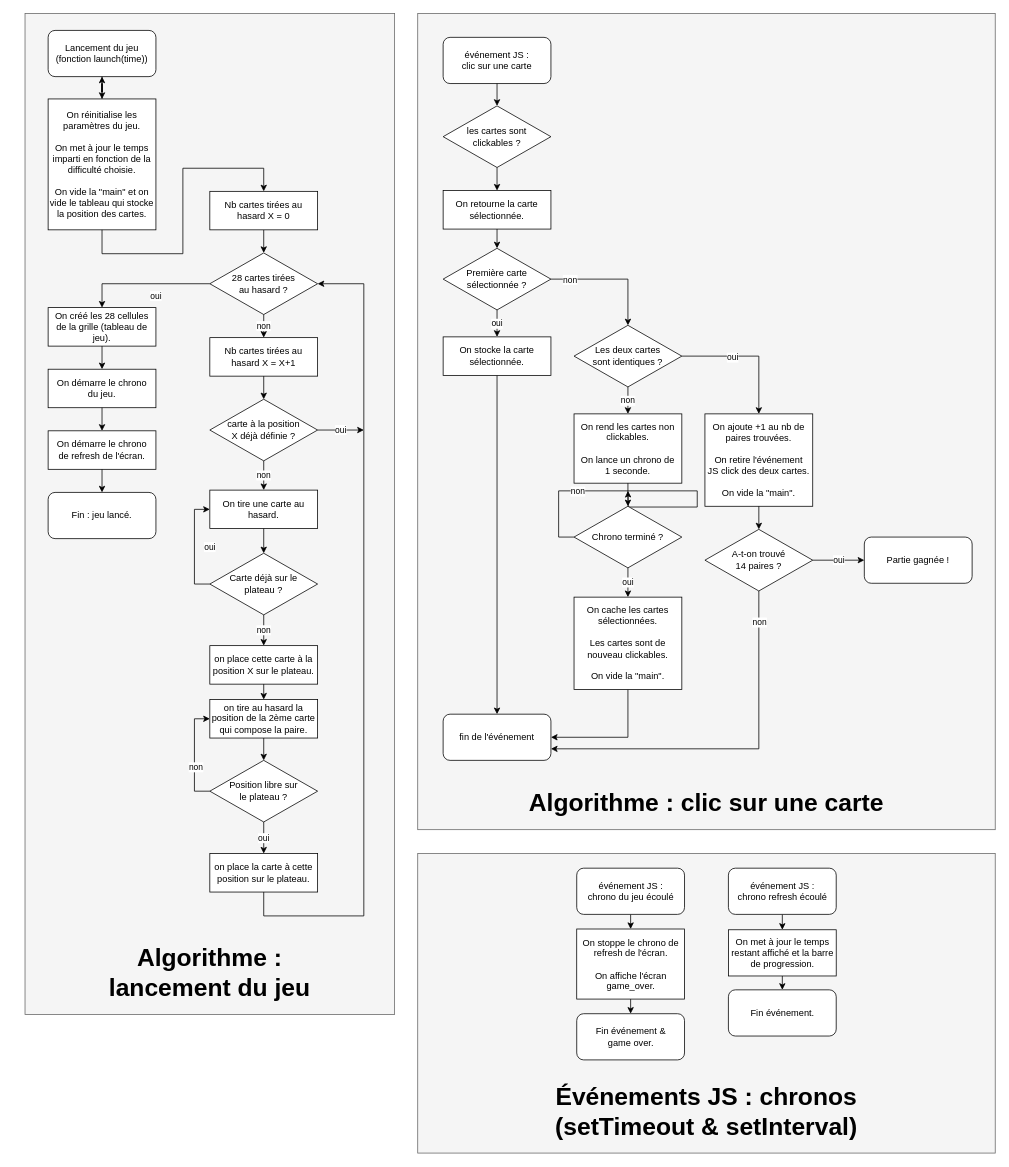
This is algorithm.drawio from bdelphin/memory, a draw.io file, before an edit. Source tidied: cells renumbered, new cells numbered last; positions are measured from the earlier drawing's top-left corner, leaving out a move shared by most shapes. Both pictures are drawn from the tidied source at 77%, with x=0, y=0 at pixel (13, 13).
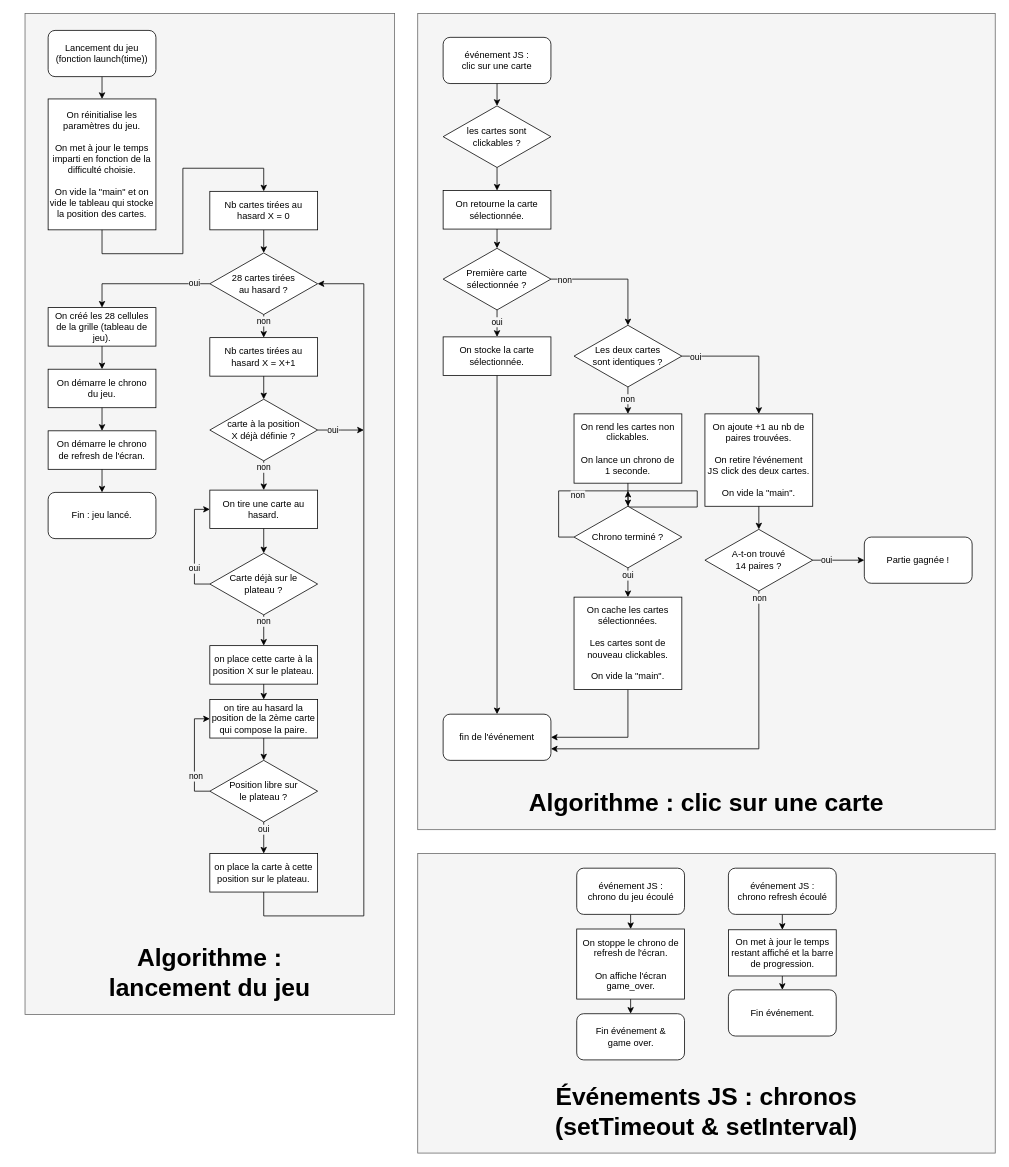
Above is the later version.

Unchanged cells that the change refers to:
```xml
<mxCell id="20" value="&lt;div&gt;Première carte &lt;br&gt;&lt;/div&gt;&lt;div&gt;sélectionnée ?&lt;br&gt;&lt;/div&gt;" style="rhombus;whiteSpace=wrap;html=1;" parent="1" vertex="1">
  <mxGeometry x="558" y="305" width="140" height="80" as="geometry" />
</mxCell>
<mxCell id="23" value="On stocke la carte&lt;br&gt;sélectionnée." style="rounded=0;whiteSpace=wrap;html=1;" parent="1" vertex="1">
  <mxGeometry x="558" y="420" width="140" height="50" as="geometry" />
</mxCell>
<mxCell id="25" value="&lt;div&gt;Les deux cartes&lt;br&gt;&lt;/div&gt;&lt;div&gt;sont identiques ?&lt;br&gt;&lt;/div&gt;" style="rhombus;whiteSpace=wrap;html=1;" parent="1" vertex="1">
  <mxGeometry x="728" y="405" width="140" height="80" as="geometry" />
</mxCell>
<mxCell id="26" style="edgeStyle=orthogonalEdgeStyle;rounded=0;jettySize=auto;html=1;exitX=1;exitY=0.5;exitDx=0;exitDy=0;entryX=0.5;entryY=0;entryDx=0;entryDy=0;" parent="1" edge="1" source="20" target="25">
  <mxGeometry x="180" y="20" as="geometry" />
</mxCell>
<mxCell id="29" style="edgeStyle=orthogonalEdgeStyle;rounded=0;jettySize=auto;html=1;exitX=1;exitY=0.5;exitDx=0;exitDy=0;entryX=0.5;entryY=0;entryDx=0;entryDy=0;" parent="1" edge="1" source="25" target="28">
  <mxGeometry x="180" y="20" as="geometry" />
</mxCell>
<mxCell id="31" style="edgeStyle=orthogonalEdgeStyle;rounded=0;jettySize=auto;html=1;exitX=0.5;exitY=1;exitDx=0;exitDy=0;entryX=1;entryY=0.75;entryDx=0;entryDy=0;" parent="1" edge="1" source="33" target="17">
  <mxGeometry x="180" y="20" as="geometry" />
</mxCell>
<mxCell id="33" value="&lt;div&gt;A-t-on trouvé&lt;/div&gt;&lt;div&gt;14 paires ?&lt;br&gt;&lt;/div&gt;" style="rhombus;whiteSpace=wrap;html=1;" parent="1" vertex="1">
  <mxGeometry x="898" y="670" width="140" height="80" as="geometry" />
</mxCell>
<mxCell id="35" value="Partie gagnée !" style="rounded=1;whiteSpace=wrap;html=1;" parent="1" vertex="1">
  <mxGeometry x="1105" y="680" width="140" height="60" as="geometry" />
</mxCell>
<mxCell id="37" value="&lt;div&gt;On rend les cartes non&lt;/div&gt;&lt;div&gt;clickables.&lt;/div&gt;&lt;div&gt;&lt;br&gt;&lt;/div&gt;&lt;div&gt;On lance un chrono de&lt;/div&gt;&lt;div&gt;1 seconde.&lt;br&gt;&lt;/div&gt;" style="rounded=0;whiteSpace=wrap;html=1;" parent="1" vertex="1">
  <mxGeometry x="728" y="520" width="140" height="90" as="geometry" />
</mxCell>
<mxCell id="39" style="edgeStyle=orthogonalEdgeStyle;rounded=0;jettySize=auto;html=1;exitX=0;exitY=0.5;exitDx=0;exitDy=0;" parent="1" edge="1" source="41">
  <mxGeometry x="180" y="20" as="geometry">
    <mxPoint x="798" y="620" as="targetPoint" />
  </mxGeometry>
</mxCell>
<mxCell id="41" value="Chrono terminé ?" style="rhombus;whiteSpace=wrap;html=1;" parent="1" vertex="1">
  <mxGeometry x="728" y="640" width="140" height="80" as="geometry" />
</mxCell>
<mxCell id="44" value="&lt;div&gt;On cache les cartes sélectionnées.&lt;/div&gt;&lt;div&gt;&lt;br&gt;&lt;/div&gt;&lt;div&gt;Les cartes sont de nouveau clickables.&lt;/div&gt;&lt;div&gt;&lt;br&gt;&lt;/div&gt;&lt;div&gt;On vide la &quot;main&quot;.&lt;br&gt;&lt;/div&gt;" style="rounded=0;whiteSpace=wrap;html=1;" parent="1" vertex="1">
  <mxGeometry x="728" y="758" width="140" height="120" as="geometry" />
</mxCell>
<mxCell id="48" value="Lancement du jeu&lt;br&gt;(fonction launch(time))" style="rounded=1;whiteSpace=wrap;html=1;" parent="1" vertex="1">
  <mxGeometry x="45" y="22" width="140" height="60" as="geometry" />
</mxCell>
<mxCell id="50" value="&lt;div&gt;On réinitialise les paramètres du jeu.&lt;/div&gt;&lt;div&gt;&lt;br&gt;&lt;/div&gt;&lt;div&gt;On met à jour le temps imparti en fonction de la difficulté choisie.&lt;/div&gt;&lt;div&gt;&lt;br&gt;&lt;/div&gt;&lt;div&gt;On vide la &quot;main&quot; et on vide le tableau qui stocke la position des cartes.&lt;br&gt;&lt;/div&gt;" style="rounded=0;whiteSpace=wrap;html=1;" parent="1" vertex="1">
  <mxGeometry x="45" y="111" width="140" height="170" as="geometry" />
</mxCell>
<mxCell id="52" value="28 cartes tirées&lt;br&gt;au hasard ?" style="rhombus;whiteSpace=wrap;html=1;" parent="1" vertex="1">
  <mxGeometry x="255" y="311" width="140" height="80" as="geometry" />
</mxCell>
<mxCell id="56" value="&lt;div&gt;Nb cartes tirées au &lt;br&gt;&lt;/div&gt;&lt;div&gt;hasard X = X+1&lt;br&gt;&lt;/div&gt;" style="rounded=0;whiteSpace=wrap;html=1;" parent="1" vertex="1">
  <mxGeometry x="255" y="421" width="140" height="50" as="geometry" />
</mxCell>
<mxCell id="59" value="&lt;div&gt;carte à la position&lt;/div&gt;&lt;div&gt;X déjà définie ?&lt;br&gt;&lt;/div&gt;" style="rhombus;whiteSpace=wrap;html=1;" parent="1" vertex="1">
  <mxGeometry x="255" y="501" width="140" height="80" as="geometry" />
</mxCell>
<mxCell id="61" value="On tire une carte au hasard." style="rounded=0;whiteSpace=wrap;html=1;" parent="1" vertex="1">
  <mxGeometry x="255" y="619" width="140" height="50" as="geometry" />
</mxCell>
<mxCell id="64" value="&lt;div&gt;Carte déjà sur le &lt;br&gt;&lt;/div&gt;&lt;div&gt;plateau ?&lt;br&gt;&lt;/div&gt;" style="rhombus;whiteSpace=wrap;html=1;" parent="1" vertex="1">
  <mxGeometry x="255" y="701" width="140" height="80" as="geometry" />
</mxCell>
<mxCell id="66" value="on place cette carte à la position X sur le plateau." style="rounded=0;whiteSpace=wrap;html=1;" parent="1" vertex="1">
  <mxGeometry x="255" y="821" width="140" height="50" as="geometry" />
</mxCell>
<mxCell id="70" style="edgeStyle=orthogonalEdgeStyle;rounded=0;jettySize=auto;html=1;exitX=0;exitY=0.5;exitDx=0;exitDy=0;entryX=0;entryY=0.5;entryDx=0;entryDy=0;" parent="1" edge="1" source="72" target="68">
  <mxGeometry x="-330" y="20" as="geometry" />
</mxCell>
<mxCell id="72" value="&lt;div&gt;Position libre sur &lt;br&gt;&lt;/div&gt;&lt;div&gt;le plateau ?&lt;br&gt;&lt;/div&gt;" style="rhombus;whiteSpace=wrap;html=1;" parent="1" vertex="1">
  <mxGeometry x="255" y="970" width="140" height="80" as="geometry" />
</mxCell>
<mxCell id="75" value="on place la carte à cette position sur le plateau." style="rounded=0;whiteSpace=wrap;html=1;" parent="1" vertex="1">
  <mxGeometry x="255" y="1091" width="140" height="50" as="geometry" />
</mxCell>
<mxCell id="77" value="On créé les 28 cellules&lt;br&gt;de la grille (tableau de jeu)." style="rounded=0;whiteSpace=wrap;html=1;" parent="1" vertex="1">
  <mxGeometry x="45" y="382" width="140" height="50" as="geometry" />
</mxCell>
```

Diff of the diagram source:
```diff
@@
-    <mxCell id="24" value="oui" style="edgeStyle=orthogonalEdgeStyle;rounded=0;jettySize=auto;html=1;exitX=0.5;exitY=1;exitDx=0;exitDy=0;entryX=0.5;entryY=0;entryDx=0;entryDy=0;" parent="1" edge="1" source="20" target="23">
-      <mxGeometry x="180" y="20" as="geometry" />
+    <mxCell id="24" value="oui" style="edgeStyle=orthogonalEdgeStyle;rounded=0;jettySize=auto;html=1;exitX=0.5;exitY=1;exitDx=0;exitDy=0;entryX=0.5;entryY=0;entryDx=0;entryDy=0;labelBackgroundColor=#F5F5F5;" parent="1" edge="1" source="20" target="23">
+      <mxGeometry as="geometry">
+        <mxPoint y="-2" as="offset" />
+      </mxGeometry>
     </mxCell>
@@
-    <mxCell id="27" value="non" style="edgeLabel;html=1;align=center;verticalAlign=middle;" parent="26" vertex="1">
+    <mxCell id="27" value="non" style="edgeLabel;html=1;align=center;verticalAlign=middle;labelBackgroundColor=#F5F5F5;" parent="26" vertex="1">
       <mxGeometry x="-0.7" y="-3" relative="1" as="geometry">
-        <mxPoint y="-3" as="offset" />
+        <mxPoint x="-7" y="-3" as="offset" />
       </mxGeometry>
     </mxCell>
@@
-    <mxCell id="30" value="oui" style="edgeLabel;html=1;align=center;verticalAlign=middle;" parent="29" vertex="1">
-      <mxGeometry x="-0.26" y="-1" relative="1" as="geometry" />
+    <mxCell id="30" value="oui" style="edgeLabel;html=1;align=center;verticalAlign=middle;labelBackgroundColor=#F5F5F5;" parent="29" vertex="1">
+      <mxGeometry x="-0.26" y="-1" relative="1" as="geometry">
+        <mxPoint x="-48" y="-1" as="offset" />
+      </mxGeometry>
     </mxCell>
@@
-    <mxCell id="32" value="non" style="edgeLabel;html=1;align=center;verticalAlign=middle;" parent="31" vertex="1">
-      <mxGeometry x="-0.83" relative="1" as="geometry" />
+    <mxCell id="32" value="non" style="edgeLabel;html=1;align=center;verticalAlign=middle;labelBackgroundColor=#F5F5F5;" parent="31" vertex="1">
+      <mxGeometry x="-0.83" relative="1" as="geometry">
+        <mxPoint y="-31" as="offset" />
+      </mxGeometry>
     </mxCell>
@@
-    <mxCell id="36" value="oui" style="edgeStyle=orthogonalEdgeStyle;rounded=0;jettySize=auto;html=1;exitX=1;exitY=0.5;exitDx=0;exitDy=0;entryX=0;entryY=0.5;entryDx=0;entryDy=0;" parent="1" edge="1" source="33" target="35">
-      <mxGeometry x="180" y="20" as="geometry" />
+    <mxCell id="36" value="oui" style="edgeStyle=orthogonalEdgeStyle;rounded=0;jettySize=auto;html=1;exitX=1;exitY=0.5;exitDx=0;exitDy=0;entryX=0;entryY=0.5;entryDx=0;entryDy=0;labelBackgroundColor=#F5F5F5;" parent="1" edge="1" source="33" target="35">
+      <mxGeometry as="geometry">
+        <mxPoint x="-16" as="offset" />
+      </mxGeometry>
     </mxCell>
@@
-    <mxCell id="38" value="non" style="edgeStyle=orthogonalEdgeStyle;rounded=0;jettySize=auto;html=1;exitX=0.5;exitY=1;exitDx=0;exitDy=0;entryX=0.5;entryY=0;entryDx=0;entryDy=0;" parent="1" edge="1" source="25" target="37">
-      <mxGeometry x="180" y="20" as="geometry" />
+    <mxCell id="38" value="non" style="edgeStyle=orthogonalEdgeStyle;rounded=0;jettySize=auto;html=1;exitX=0.5;exitY=1;exitDx=0;exitDy=0;entryX=0.5;entryY=0;entryDx=0;entryDy=0;labelBackgroundColor=#F5F5F5;" parent="1" edge="1" source="25" target="37">
+      <mxGeometry as="geometry">
+        <mxPoint y="-2" as="offset" />
+      </mxGeometry>
     </mxCell>
@@
-    <mxCell id="40" value="non" style="edgeLabel;html=1;align=center;verticalAlign=middle;" parent="39" vertex="1">
-      <mxGeometry x="-0.47" relative="1" as="geometry" />
+    <mxCell id="40" value="non" style="edgeLabel;html=1;align=center;verticalAlign=middle;labelBackgroundColor=#F5F5F5;" parent="39" vertex="1">
+      <mxGeometry x="-0.47" relative="1" as="geometry">
+        <mxPoint y="5" as="offset" />
+      </mxGeometry>
     </mxCell>
@@
-    <mxCell id="45" value="oui" style="edgeStyle=orthogonalEdgeStyle;rounded=0;jettySize=auto;html=1;exitX=0.5;exitY=1;exitDx=0;exitDy=0;entryX=0.5;entryY=0;entryDx=0;entryDy=0;" parent="1" edge="1" source="41" target="44">
-      <mxGeometry x="180" y="20" as="geometry" />
+    <mxCell id="45" value="oui" style="edgeStyle=orthogonalEdgeStyle;rounded=0;jettySize=auto;html=1;exitX=0.5;exitY=1;exitDx=0;exitDy=0;entryX=0.5;entryY=0;entryDx=0;entryDy=0;labelBackgroundColor=#F5F5F5;" parent="1" edge="1" source="41" target="44">
+      <mxGeometry as="geometry">
+        <Array as="points">
+          <mxPoint x="798" y="730" />
+          <mxPoint x="798" y="730" />
+        </Array>
+        <mxPoint y="-9" as="offset" />
+      </mxGeometry>
     </mxCell>
@@
+    <mxCell id="51" style="edgeStyle=orthogonalEdgeStyle;rounded=0;jettySize=auto;html=1;exitX=0.5;exitY=1;exitDx=0;exitDy=0;entryX=0.5;entryY=0;entryDx=0;entryDy=0;labelBackgroundColor=#F5F5F5;fontSize=32;" parent="1" edge="1" source="48" target="50">
+      <mxGeometry relative="1" as="geometry" />
+    </mxCell>
@@
-    <mxCell id="49" style="edgeStyle=orthogonalEdgeStyle;rounded=0;jettySize=auto;html=1;fontSize=32;" parent="1" edge="1" source="50" target="48">
-      <mxGeometry relative="1" as="geometry" />
-    </mxCell>
@@
-    <mxCell id="51" style="edgeStyle=orthogonalEdgeStyle;rounded=0;jettySize=auto;html=1;exitX=0.5;exitY=1;exitDx=0;exitDy=0;" parent="1" edge="1" source="48" target="50">
-      <mxGeometry x="-330" y="20" as="geometry" />
-    </mxCell>
@@
-    <mxCell id="57" value="non" style="edgeStyle=orthogonalEdgeStyle;rounded=0;jettySize=auto;html=1;exitX=0.5;exitY=1;exitDx=0;exitDy=0;entryX=0.5;entryY=0;entryDx=0;entryDy=0;" parent="1" edge="1" source="52" target="56">
-      <mxGeometry x="-330" y="20" as="geometry" />
+    <mxCell id="57" value="non" style="edgeStyle=orthogonalEdgeStyle;rounded=0;jettySize=auto;html=1;exitX=0.5;exitY=1;exitDx=0;exitDy=0;entryX=0.5;entryY=0;entryDx=0;entryDy=0;labelBackgroundColor=#F5F5F5;" parent="1" edge="1" source="52" target="56">
+      <mxGeometry as="geometry">
+        <mxPoint y="-6" as="offset" />
+      </mxGeometry>
     </mxCell>
-    <mxCell id="58" value="oui" style="edgeStyle=orthogonalEdgeStyle;rounded=0;jettySize=auto;html=1;exitX=1;exitY=0.5;exitDx=0;exitDy=0;" parent="1" edge="1" source="59">
-      <mxGeometry x="-330" y="20" as="geometry">
+    <mxCell id="58" value="oui" style="edgeStyle=orthogonalEdgeStyle;rounded=0;jettySize=auto;html=1;exitX=1;exitY=0.5;exitDx=0;exitDy=0;labelBackgroundColor=#F5F5F5;" parent="1" edge="1" source="59">
+      <mxGeometry as="geometry">
         <mxPoint x="455" y="541" as="targetPoint" />
+        <mxPoint x="-10" as="offset" />
       </mxGeometry>
     </mxCell>
@@
-    <mxCell id="62" value="non" style="edgeStyle=orthogonalEdgeStyle;rounded=0;jettySize=auto;html=1;exitX=0.5;exitY=1;exitDx=0;exitDy=0;entryX=0.5;entryY=0;entryDx=0;entryDy=0;" parent="1" edge="1" source="59" target="61">
-      <mxGeometry x="-330" y="20" as="geometry" />
+    <mxCell id="62" value="non" style="edgeStyle=orthogonalEdgeStyle;rounded=0;jettySize=auto;html=1;exitX=0.5;exitY=1;exitDx=0;exitDy=0;entryX=0.5;entryY=0;entryDx=0;entryDy=0;labelBackgroundColor=#F5F5F5;" parent="1" edge="1" source="59" target="61">
+      <mxGeometry as="geometry">
+        <mxPoint y="-10" as="offset" />
+      </mxGeometry>
     </mxCell>
-    <mxCell id="63" value="oui" style="edgeStyle=orthogonalEdgeStyle;rounded=0;jettySize=auto;html=1;exitX=0;exitY=0.5;exitDx=0;exitDy=0;entryX=0;entryY=0.5;entryDx=0;entryDy=0;" parent="1" edge="1" source="64" target="61">
-      <mxGeometry x="-330" y="20" as="geometry" />
+    <mxCell id="63" value="oui" style="edgeStyle=orthogonalEdgeStyle;rounded=0;jettySize=auto;html=1;exitX=0;exitY=0.5;exitDx=0;exitDy=0;entryX=0;entryY=0.5;entryDx=0;entryDy=0;labelBackgroundColor=#F5F5F5;" parent="1" edge="1" source="64" target="61">
+      <mxGeometry as="geometry">
+        <mxPoint x="-20" y="28" as="offset" />
+      </mxGeometry>
     </mxCell>
@@
-    <mxCell id="67" value="non" style="edgeStyle=orthogonalEdgeStyle;rounded=0;jettySize=auto;html=1;exitX=0.5;exitY=1;exitDx=0;exitDy=0;entryX=0.5;entryY=0;entryDx=0;entryDy=0;" parent="1" edge="1" source="64" target="66">
-      <mxGeometry x="-330" y="20" as="geometry" />
+    <mxCell id="67" value="non" style="edgeStyle=orthogonalEdgeStyle;rounded=0;jettySize=auto;html=1;exitX=0.5;exitY=1;exitDx=0;exitDy=0;entryX=0.5;entryY=0;entryDx=0;entryDy=0;labelBackgroundColor=#F5F5F5;" parent="1" edge="1" source="64" target="66">
+      <mxGeometry as="geometry">
+        <mxPoint y="-11" as="offset" />
+      </mxGeometry>
     </mxCell>
@@
-    <mxCell id="71" value="non" style="edgeLabel;html=1;align=center;verticalAlign=middle;" parent="70" vertex="1">
-      <mxGeometry x="-0.22" y="-1" relative="1" as="geometry" />
+    <mxCell id="71" value="non" style="edgeLabel;html=1;align=center;verticalAlign=middle;labelBackgroundColor=#F5F5F5;" parent="70" vertex="1">
+      <mxGeometry x="-0.22" y="-1" relative="1" as="geometry">
+        <mxPoint y="12" as="offset" />
+      </mxGeometry>
     </mxCell>
@@
-    <mxCell id="76" value="oui" style="edgeStyle=orthogonalEdgeStyle;rounded=0;jettySize=auto;html=1;exitX=0.5;exitY=1;exitDx=0;exitDy=0;entryX=0.5;entryY=0;entryDx=0;entryDy=0;" parent="1" edge="1" source="72" target="75">
-      <mxGeometry x="-330" y="20" as="geometry" />
+    <mxCell id="76" value="oui" style="edgeStyle=orthogonalEdgeStyle;rounded=0;jettySize=auto;html=1;exitX=0.5;exitY=1;exitDx=0;exitDy=0;entryX=0.5;entryY=0;entryDx=0;entryDy=0;labelBackgroundColor=#F5F5F5;" parent="1" edge="1" source="72" target="75">
+      <mxGeometry as="geometry">
+        <mxPoint y="-11" as="offset" />
+      </mxGeometry>
     </mxCell>
@@
-    <mxCell id="78" value="oui" style="edgeStyle=orthogonalEdgeStyle;rounded=0;jettySize=auto;html=1;exitX=0;exitY=0.5;exitDx=0;exitDy=0;entryX=0.5;entryY=0;entryDx=0;entryDy=0;" parent="1" edge="1" source="52" target="77">
-      <mxGeometry x="-330" y="20" as="geometry" />
+    <mxCell id="78" value="&lt;span style=&quot;&quot;&gt;oui&lt;/span&gt;" style="edgeStyle=orthogonalEdgeStyle;rounded=0;jettySize=auto;html=1;exitX=0;exitY=0.5;exitDx=0;exitDy=0;entryX=0.5;entryY=0;entryDx=0;entryDy=0;labelBackgroundColor=#F5F5F5;" parent="1" edge="1" source="52" target="77">
+      <mxGeometry as="geometry">
+        <mxPoint x="50" y="-16" as="offset" />
+      </mxGeometry>
     </mxCell>
```
